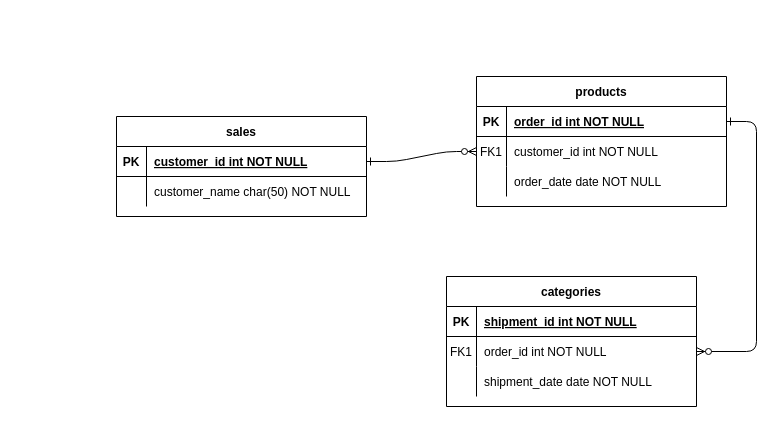
Before: design.drawio in bio426/gendor, a draw.io diagram. Source tidied: cells renumbered, new cells numbered last; positions are measured from the earlier drawing's top-left corner, leaving out a move shared by most shapes. Both pictures are drawn from the tidied source at 100%, with x=0, y=0 at pixel (116, 76).
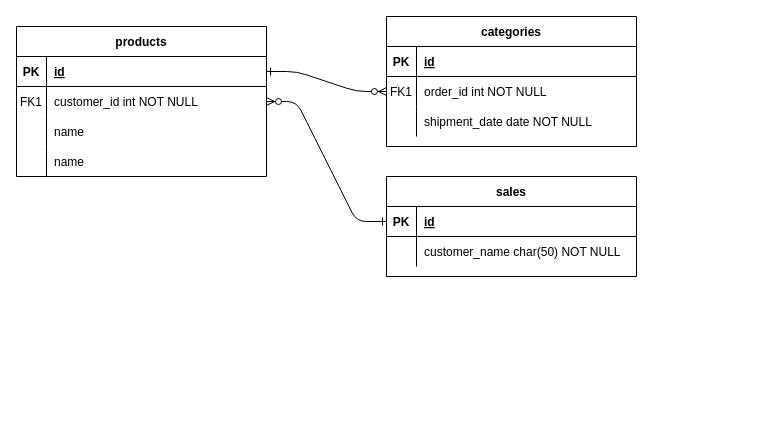
The same diagram, later.

The change refers to these unchanged cells:
```xml
<mxCell id="5" style="shape=partialRectangle;fillColor=none;points=[[0,0.5],[1,0.5]];portConstraint=eastwest;top=0;left=0;right=0;bottom=1;" parent="4" vertex="1">
  <mxGeometry y="30" width="250" height="30" as="geometry" />
</mxCell>
<mxCell id="11" style="shape=partialRectangle;fillColor=none;top=0;left=0;right=0;bottom=0;" parent="4" vertex="1">
  <mxGeometry y="90" width="250" height="30" as="geometry" />
</mxCell>
<mxCell id="15" style="shape=partialRectangle;fillColor=none;top=0;left=0;right=0;bottom=1;" parent="14" vertex="1">
  <mxGeometry y="30" width="250" height="30" as="geometry" />
</mxCell>
<mxCell id="25" style="shape=partialRectangle;fillColor=none;points=[[0,0.5],[1,0.5]];portConstraint=eastwest;top=0;left=0;right=0;bottom=1;" parent="24" vertex="1">
  <mxGeometry y="30" width="250" height="30" as="geometry" />
</mxCell>
```

The edit, as a diff of the source:
```diff
@@
     <mxCell id="4" value="products" style="shape=table;startSize=30;childLayout=tableLayout;rowLines=0;fontStyle=1;align=center;" parent="1" vertex="1">
-      <mxGeometry x="360" width="250" height="130" as="geometry" />
+      <mxGeometry x="-100" y="-50" width="250" height="150" as="geometry" />
     </mxCell>
@@
-    <mxCell id="7" value="order_id int NOT NULL " style="shape=partialRectangle;overflow=hidden;fillColor=none;top=0;left=0;bottom=0;right=0;align=left;spacingLeft=6;fontStyle=5;" parent="5" vertex="1">
+    <mxCell id="7" value="id" style="shape=partialRectangle;overflow=hidden;fillColor=none;top=0;left=0;bottom=0;right=0;align=left;spacingLeft=6;fontStyle=5;" parent="5" vertex="1">
       <mxGeometry x="30" width="220" height="30" as="geometry" />
     </mxCell>
@@
-    <mxCell id="13" value="order_date date NOT NULL" style="shape=partialRectangle;overflow=hidden;fillColor=none;top=0;left=0;bottom=0;right=0;align=left;spacingLeft=6;" parent="11" vertex="1">
+    <mxCell id="13" value="name" style="shape=partialRectangle;overflow=hidden;fillColor=none;top=0;left=0;bottom=0;right=0;align=left;spacingLeft=6;" parent="11" vertex="1">
       <mxGeometry x="30" width="220" height="30" as="geometry" />
     </mxCell>
+    <mxCell id="31" style="shape=partialRectangle;fillColor=none;top=0;left=0;right=0;bottom=0;" parent="4" vertex="1">
+      <mxGeometry y="120" width="250" height="30" as="geometry" />
+    </mxCell>
+    <mxCell id="32" style="shape=partialRectangle;overflow=hidden;fillColor=none;top=0;left=0;bottom=0;right=0;" parent="31" vertex="1">
+      <mxGeometry width="30" height="30" as="geometry" />
+    </mxCell>
+    <mxCell id="33" value="name" style="shape=partialRectangle;overflow=hidden;fillColor=none;top=0;left=0;bottom=0;right=0;align=left;spacingLeft=6;" parent="31" vertex="1">
+      <mxGeometry x="30" width="220" height="30" as="geometry" />
+    </mxCell>
     <mxCell id="14" value="categories" style="shape=table;startSize=30;childLayout=tableLayout;rowLines=0;fontStyle=1;align=center;" parent="1" vertex="1">
-      <mxGeometry x="330" y="200" width="250" height="130" as="geometry" />
+      <mxGeometry x="270" y="-60" width="250" height="130" as="geometry" />
     </mxCell>
@@
-    <mxCell id="17" value="shipment_id int NOT NULL " style="shape=partialRectangle;overflow=hidden;fillColor=none;top=0;left=0;bottom=0;right=0;align=left;spacingLeft=6;fontStyle=5;" parent="15" vertex="1">
+    <mxCell id="17" value="id" style="shape=partialRectangle;overflow=hidden;fillColor=none;top=0;left=0;bottom=0;right=0;align=left;spacingLeft=6;fontStyle=5;" parent="15" vertex="1">
       <mxGeometry x="30" width="220" height="30" as="geometry" />
     </mxCell>
@@
     <mxCell id="24" value="sales" style="shape=table;startSize=30;childLayout=tableLayout;rowLines=0;fontStyle=1;align=center;" parent="1" vertex="1">
-      <mxGeometry y="40" width="250" height="100" as="geometry" />
+      <mxGeometry x="270" y="100" width="250" height="100" as="geometry" />
     </mxCell>
@@
-    <mxCell id="27" value="customer_id int NOT NULL " style="shape=partialRectangle;overflow=hidden;fillColor=none;top=0;left=0;bottom=0;right=0;align=left;spacingLeft=6;fontStyle=5;" parent="25" vertex="1">
+    <mxCell id="27" value="id" style="shape=partialRectangle;overflow=hidden;fillColor=none;top=0;left=0;bottom=0;right=0;align=left;spacingLeft=6;fontStyle=5;" parent="25" vertex="1">
       <mxGeometry x="30" width="220" height="30" as="geometry" />
     </mxCell>
```
